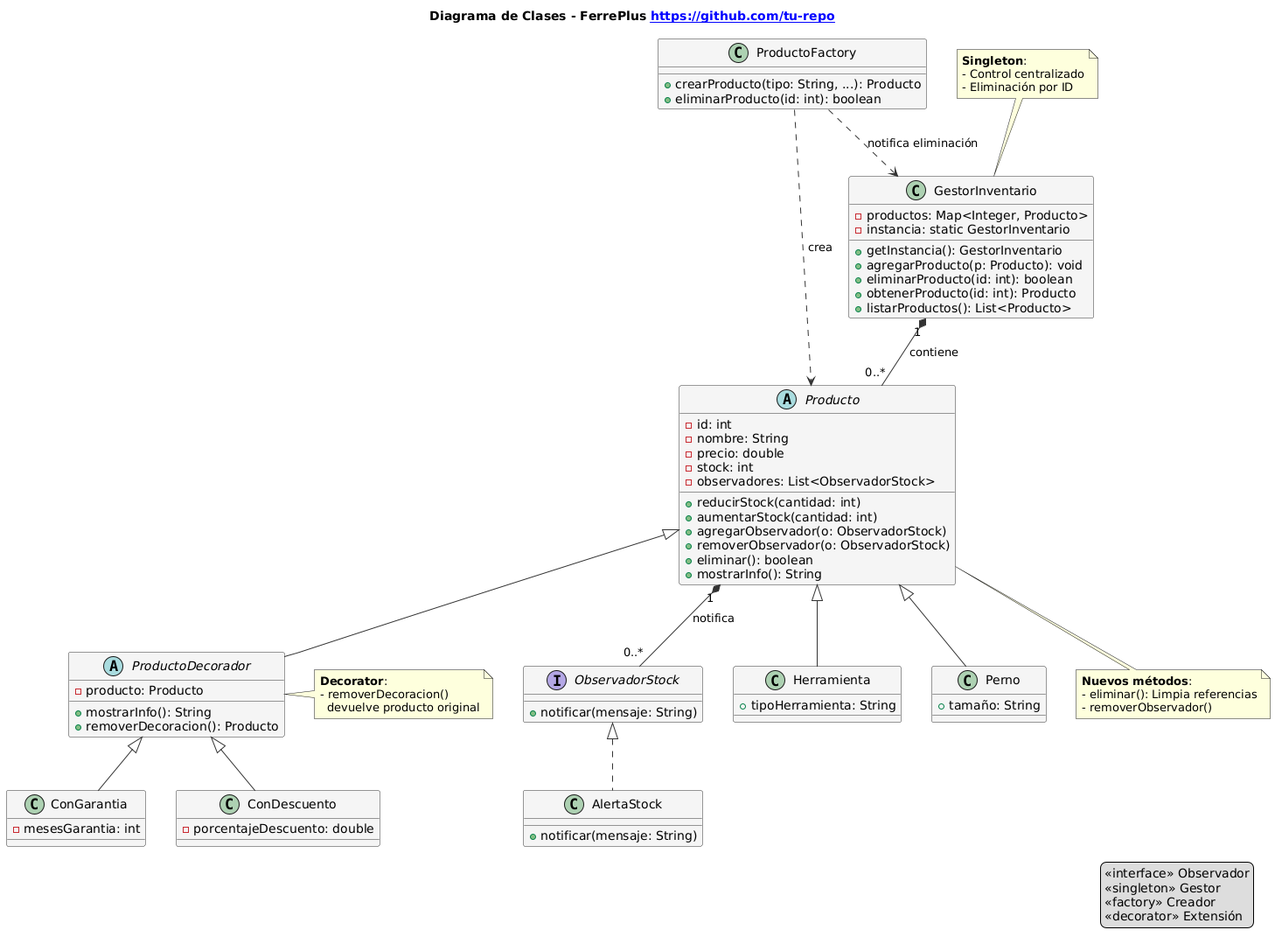
This is Evaluacion3/img/diagrama_clase.png from LuchoJoestar/Patrones, a PlantUML export, as it was before one commit.
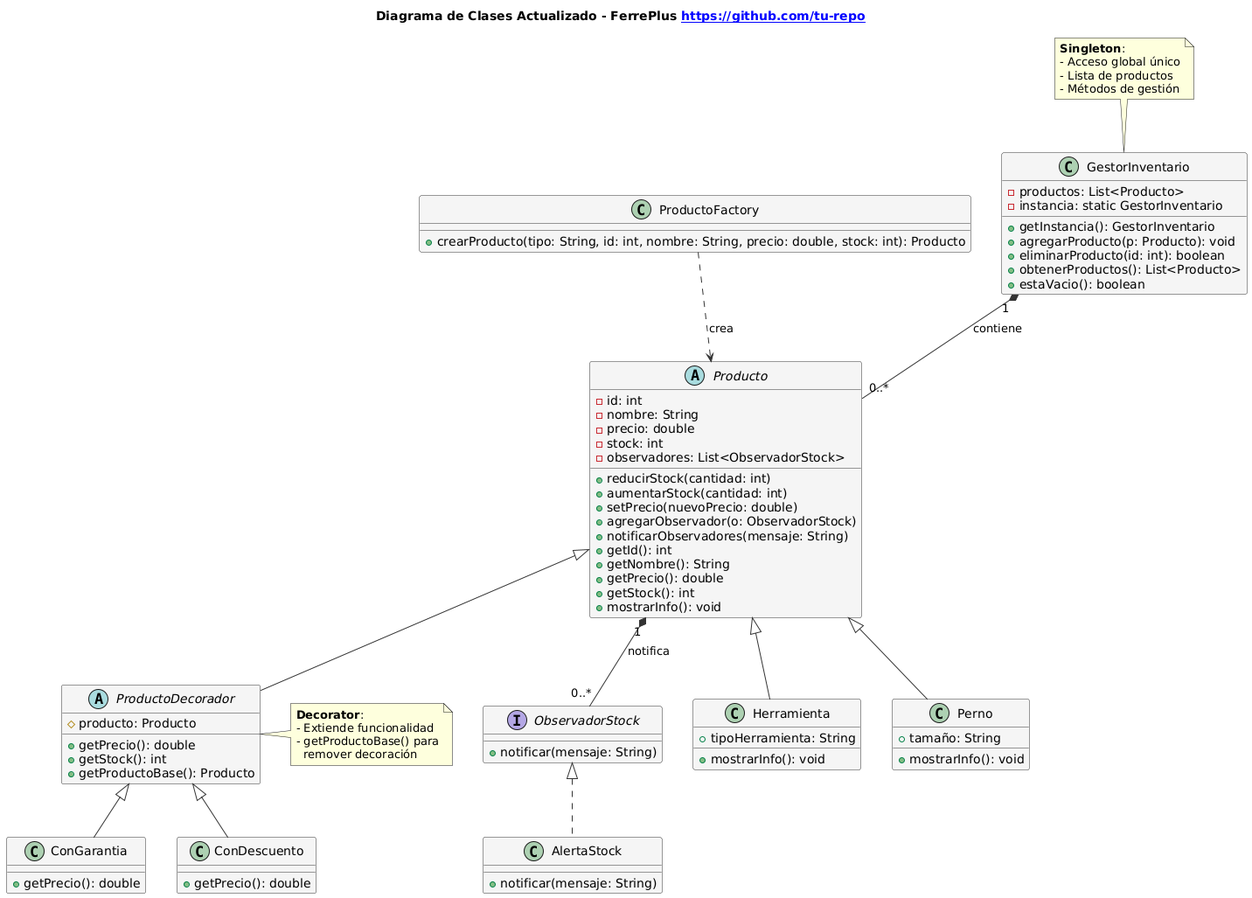
After the commit.

What changed in the source:
```diff
@@ -1,5 +1,5 @@
 @startuml
-title **Diagrama de Clases - FerrePlus** [[https://github.com/tu-repo]]
+title **Diagrama de Clases Actualizado - FerrePlus** [[https://github.com/tu-repo]]
 
 skinparam {
     classBackgroundColor #F5F5F5
@@ -21,33 +21,38 @@
     - observadores: List<ObservadorStock>
     + reducirStock(cantidad: int)
     + aumentarStock(cantidad: int)
+    + setPrecio(nuevoPrecio: double)
     + agregarObservador(o: ObservadorStock)
-    + removerObservador(o: ObservadorStock)
-    + eliminar(): boolean
-    + mostrarInfo(): String
+    + notificarObservadores(mensaje: String)
+    + getId(): int
+    + getNombre(): String
+    + getPrecio(): double
+    + getStock(): int
+    + mostrarInfo(): void
 }
 
 class Herramienta {
     + tipoHerramienta: String
+    + mostrarInfo(): void
 }
 
 class Perno {
     + tamaño: String
+    + mostrarInfo(): void
 }
 
 class ProductoFactory {
-    + crearProducto(tipo: String, ...): Producto
-    + eliminarProducto(id: int): boolean
+    + crearProducto(tipo: String, id: int, nombre: String, precio: double, stock: int): Producto
 }
 
 class GestorInventario {
-    - productos: Map<Integer, Producto>
+    - productos: List<Producto>
     - instancia: static GestorInventario
     + getInstancia(): GestorInventario
     + agregarProducto(p: Producto): void
     + eliminarProducto(id: int): boolean
-    + obtenerProducto(id: int): Producto
-    + listarProductos(): List<Producto>
+    + obtenerProductos(): List<Producto>
+    + estaVacio(): boolean
 }
 
 class AlertaStock {
@@ -55,17 +60,18 @@
 }
 
 abstract class ProductoDecorador {
-    - producto: Producto
-    + mostrarInfo(): String
-    + removerDecoracion(): Producto
+    # producto: Producto
+    + getPrecio(): double
+    + getStock(): int
+    + getProductoBase(): Producto
 }
 
 class ConGarantia {
-    - mesesGarantia: int
+    + getPrecio(): double
 }
 
 class ConDescuento {
-    - porcentajeDescuento: double
+    + getPrecio(): double
 }
 
 Producto <|-- Herramienta
@@ -75,33 +81,21 @@
 ProductoDecorador <|-- ConDescuento
 
 ProductoFactory ..> Producto : «crea»
-ProductoFactory ..> GestorInventario : «notifica eliminación»
 GestorInventario "1" *-- "0..*" Producto : contiene
 Producto "1" *-- "0..*" ObservadorStock : notifica
 ObservadorStock <|.. AlertaStock
 
 note top of GestorInventario
   <b>Singleton</b>:
-  - Control centralizado
-  - Eliminación por ID
+  - Acceso global único
+  - Lista de productos
+  - Métodos de gestión
 end note
 
 note right of ProductoDecorador
   <b>Decorator</b>:
-  - removerDecoracion()
-    devuelve producto original
+  - Extiende funcionalidad
+  - getProductoBase() para
+    remover decoración
 end note
-
-note bottom of Producto
-  <b>Nuevos métodos</b>:
-  - eliminar(): Limpia referencias
-  - removerObservador()
-end note
-
-legend right
-  <<interface>> Observador
-  <<singleton>> Gestor
-  <<factory>> Creador
-  <<decorator>> Extensión
-end legend
 @enduml
```
